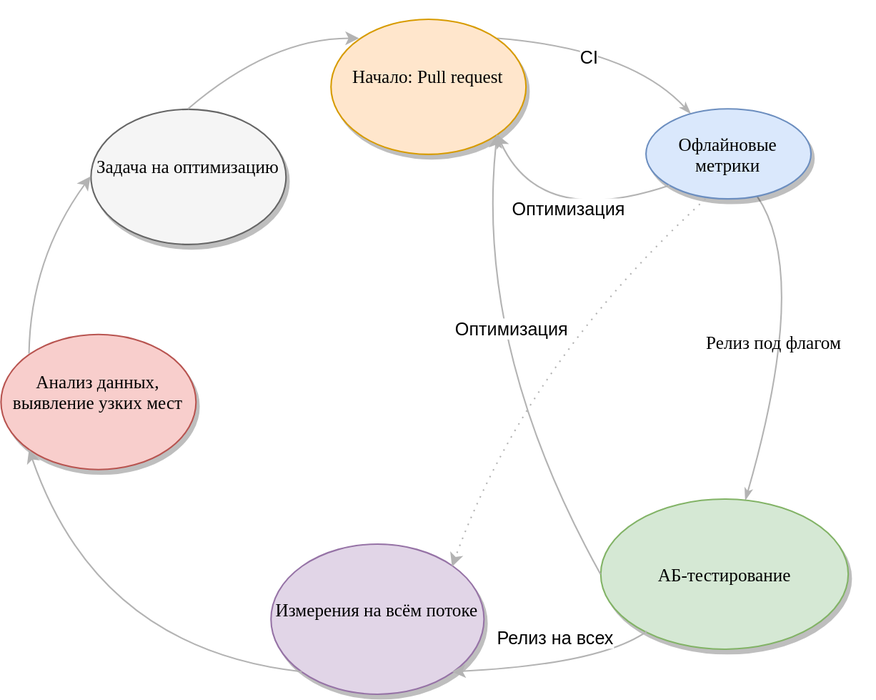
andre487/saturday-2017-11-velocity keeps this draw.io diagram as diagrams/velocity-cycle.svg. Above is the earlier version. Source tidied: cells renumbered, new cells last; positions are measured from the earlier drawing's top-left corner, leaving out a move shared by most shapes.
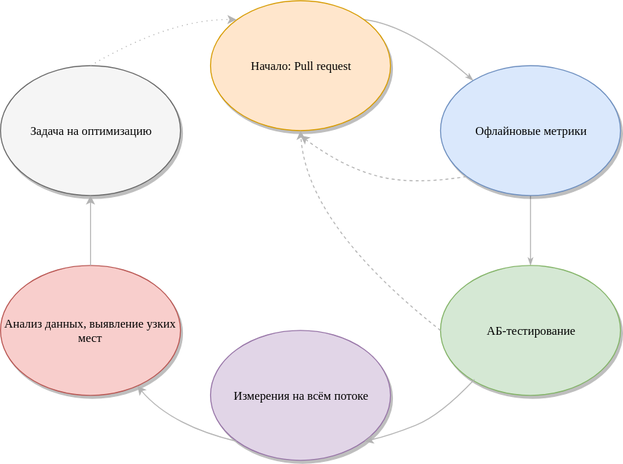
The same diagram one commit later.

What changed in the source:
```diff
@@ -1,4 +1,4 @@
-<mxGraphModel background="#ffffff">
+<mxGraphModel>
   <root>
     <mxCell id="0" />
     <mxCell id="1" parent="0" />
@@ -10,15 +10,10 @@
         <mxPoint x="-15" y="-3" as="offset" />
       </mxGeometry>
     </mxCell>
-    <mxCell id="3" value="CI" style="text;html=1;align=center;verticalAlign=middle;labelBackgroundColor=#ffffff;" parent="2" vertex="1">
-      <mxGeometry x="-0.16" y="-8" relative="1" as="geometry">
-        <mxPoint y="-1" as="offset" />
-      </mxGeometry>
-    </mxCell>
     <mxCell id="4" value="Начало: Pull request" style="ellipse;whiteSpace=wrap;html=1;rounded=0;shadow=1;comic=0;labelBackgroundColor=none;strokeColor=#d79b00;strokeWidth=1;fillColor=#ffe6cc;fontFamily=Verdana;fontSize=12;fontColor=#000000;align=center;" parent="1" vertex="1">
-      <mxGeometry x="220" width="130" height="90" as="geometry" />
+      <mxGeometry x="220" y="-5" width="180" height="130" as="geometry" />
     </mxCell>
-    <mxCell id="5" value="Релиз под флагом" style="edgeStyle=none;html=1;labelBackgroundColor=none;startArrow=none;startFill=0;startSize=5;endArrow=classicThin;endFill=1;endSize=5;jettySize=auto;strokeColor=#B3B3B3;strokeWidth=1;fontFamily=Verdana;fontSize=12;fontColor=#000000;curved=1;" parent="1" edge="1" source="6" target="7">
+    <mxCell id="5" style="edgeStyle=none;html=1;labelBackgroundColor=none;startArrow=none;startFill=0;startSize=5;endArrow=classicThin;endFill=1;endSize=5;jettySize=auto;strokeColor=#B3B3B3;strokeWidth=1;fontFamily=Verdana;fontSize=12;fontColor=#000000;curved=1;" parent="1" edge="1" source="6" target="7">
       <mxGeometry relative="1" as="geometry">
         <Array as="points">
           <mxPoint x="540" y="170" />
@@ -26,77 +21,60 @@
       </mxGeometry>
     </mxCell>
     <mxCell id="6" value="Офлайновые метрики" style="ellipse;whiteSpace=wrap;html=1;rounded=0;shadow=1;comic=0;labelBackgroundColor=none;strokeColor=#6c8ebf;strokeWidth=1;fillColor=#dae8fc;fontFamily=Verdana;fontSize=12;fontColor=#000000;align=center;" parent="1" vertex="1">
-      <mxGeometry x="430" y="60" width="110" height="60" as="geometry" />
+      <mxGeometry x="450" y="60" width="180" height="130" as="geometry" />
     </mxCell>
     <mxCell id="7" value="&lt;span&gt;АБ-тестирование&lt;/span&gt;" style="ellipse;whiteSpace=wrap;html=1;rounded=0;shadow=1;comic=0;labelBackgroundColor=none;strokeColor=#82b366;strokeWidth=1;fillColor=#d5e8d4;fontFamily=Verdana;fontSize=12;fontColor=#000000;align=center;" parent="1" vertex="1">
-      <mxGeometry x="400" y="320" width="165" height="100" as="geometry" />
+      <mxGeometry x="450" y="260" width="180" height="130" as="geometry" />
     </mxCell>
-    <mxCell id="8" value="&lt;span&gt;Измерения на всём потоке&lt;/span&gt;" style="ellipse;whiteSpace=wrap;html=1;rounded=0;shadow=1;comic=0;labelBackgroundColor=none;strokeColor=#9673a6;strokeWidth=1;fillColor=#e1d5e7;fontFamily=Verdana;fontSize=12;fontColor=#000000;align=center;" parent="1" vertex="1">
-      <mxGeometry x="180" y="350" width="142" height="100" as="geometry" />
+    <mxCell id="8" value="&lt;span&gt;Измерения на всём потоке&lt;/span&gt;" style="ellipse;whiteSpace=wrap;html=1;rounded=0;shadow=1;comic=0;labelBackgroundColor=none;strokeColor=#9673a6;strokeWidth=1;fillColor=#e1d5e7;fontFamily=Verdana;fontSize=12;fontColor=#000000;align=center;flipH=1;" parent="1" vertex="1">
+      <mxGeometry x="220" y="325" width="180" height="130" as="geometry" />
     </mxCell>
-    <mxCell id="9" style="endArrow=classic;html=1;exitX=0;exitY=1;entryX=1;entryY=1;curved=1;strokeColor=#B3B3B3;" parent="1" edge="1" source="6" target="4">
+    <mxCell id="9" style="endArrow=classic;html=1;exitX=0;exitY=1;curved=1;strokeColor=#B3B3B3;dashed=1;" parent="1" edge="1" source="6">
       <mxGeometry relative="1" as="geometry">
+        <mxPoint x="310" y="130" as="targetPoint" />
         <Array as="points">
-          <mxPoint x="360" y="140" />
+          <mxPoint x="420" y="180" />
+          <mxPoint x="350" y="160" />
         </Array>
       </mxGeometry>
     </mxCell>
-    <mxCell id="10" value="Оптимизация" style="text;html=1;align=center;verticalAlign=middle;labelBackgroundColor=#ffffff;" parent="9" vertex="1">
-      <mxGeometry x="0.2" y="-24" relative="1" as="geometry" />
-    </mxCell>
-    <mxCell id="11" style="endArrow=classic;html=1;exitX=0;exitY=0.5;entryX=1;entryY=1;curved=1;strokeColor=#B3B3B3;" parent="1" edge="1" source="7" target="4">
+    <mxCell id="11" style="endArrow=classic;html=1;exitX=0;exitY=0.5;entryX=0.5;entryY=1;curved=1;strokeColor=#B3B3B3;dashed=1;" parent="1" edge="1" source="7" target="4">
       <mxGeometry relative="1" as="geometry">
         <Array as="points">
           <mxPoint x="316" y="219" />
         </Array>
       </mxGeometry>
     </mxCell>
-    <mxCell id="12" value="Оптимизация" style="text;html=1;align=center;verticalAlign=middle;labelBackgroundColor=#ffffff;" parent="11" vertex="1">
-      <mxGeometry x="0.2" y="-24" relative="1" as="geometry" />
-    </mxCell>
     <mxCell id="13" style="endArrow=classic;html=1;strokeColor=#B3B3B3;exitX=0.188;exitY=0.88;exitPerimeter=0;entryX=1;entryY=1;curved=1;" parent="1" edge="1" source="7" target="8">
       <mxGeometry relative="1" as="geometry">
         <Array as="points">
+          <mxPoint x="450" y="410" />
           <mxPoint x="400" y="430" />
         </Array>
       </mxGeometry>
     </mxCell>
-    <mxCell id="14" value="Релиз на всех" style="text;html=1;align=center;verticalAlign=middle;labelBackgroundColor=#ffffff;" parent="13" vertex="1">
-      <mxGeometry x="-0.03" y="-20" relative="1" as="geometry" />
-    </mxCell>
     <mxCell id="15" value="Анализ данных, выявление узких мест" style="ellipse;whiteSpace=wrap;html=1;rounded=0;shadow=1;comic=0;labelBackgroundColor=none;strokeColor=#b85450;strokeWidth=1;fillColor=#f8cecc;fontFamily=Verdana;fontSize=12;fontColor=#000000;align=center;" parent="1" vertex="1">
-      <mxGeometry y="210" width="130" height="90" as="geometry" />
+      <mxGeometry x="10" y="260" width="180" height="130" as="geometry" />
     </mxCell>
     <mxCell id="16" value="Задача на оптимизацию" style="ellipse;whiteSpace=wrap;html=1;rounded=0;shadow=1;comic=0;labelBackgroundColor=none;strokeColor=#666666;strokeWidth=1;fillColor=#f5f5f5;fontFamily=Verdana;fontSize=12;fontColor=#000000;align=center;" parent="1" vertex="1">
-      <mxGeometry x="60" y="60" width="130" height="90" as="geometry" />
+      <mxGeometry x="10" y="60" width="180" height="130" as="geometry" />
     </mxCell>
-    <mxCell id="17" style="endArrow=classic;html=1;strokeColor=#B3B3B3;exitX=0;exitY=0;entryX=0;entryY=0.5;curved=1;" parent="1" edge="1" source="15" target="16">
-      <mxGeometry relative="1" as="geometry">
-        <Array as="points">
-          <mxPoint x="20" y="160" />
-        </Array>
-      </mxGeometry>
-    </mxCell>
+    <mxCell id="19" style="endArrow=classic;html=1;strokeColor=#B3B3B3;exitX=0.5;exitY=0;entryX=0;entryY=0;curved=1;dashed=1;dashPattern=1 4;" parent="1" edge="1" source="16" target="4">
+      <mxGeometry relative="1" as="geometry">
+        <Array as="points">
+          <mxPoint x="180" y="13" />
+        </Array>
+      </mxGeometry>
+    </mxCell>
+    <mxCell id="21" style="endArrow=none;startArrow=classic;html=1;strokeColor=#B3B3B3;entryX=0.5;entryY=0;exitX=0.5;exitY=1;startFill=1;endFill=0;" parent="1" edge="1" source="16" target="15">
+      <mxGeometry relative="1" as="geometry" />
+    </mxCell>
-    <mxCell id="18" style="endArrow=classic;html=1;strokeColor=#B3B3B3;exitX=0;exitY=1;entryX=0;entryY=1;curved=1;" parent="1" edge="1" source="8" target="15">
+    <mxCell id="18" style="endArrow=classic;html=1;strokeColor=#B3B3B3;exitX=0;exitY=1;curved=1;" parent="1" edge="1" source="8" target="15">
       <mxGeometry relative="1" as="geometry">
         <Array as="points">
-          <mxPoint x="65" y="420" />
+          <mxPoint x="180" y="420" />
         </Array>
       </mxGeometry>
     </mxCell>
-    <mxCell id="19" style="endArrow=classic;html=1;strokeColor=#B3B3B3;exitX=0.5;exitY=0;entryX=0;entryY=0;curved=1;" parent="1" edge="1" source="16" target="4">
-      <mxGeometry relative="1" as="geometry">
-        <Array as="points">
-          <mxPoint x="180" y="13" />
-        </Array>
-      </mxGeometry>
-    </mxCell>
-    <mxCell id="20" style="endArrow=classic;html=1;strokeColor=#B3B3B3;exitX=0.364;exitY=1;exitPerimeter=0;entryX=1;entryY=0;curved=1;dashed=1;dashPattern=1 4;" parent="1" edge="1" source="6" target="8">
-      <mxGeometry relative="1" as="geometry">
-        <Array as="points">
-          <mxPoint x="350" y="230" />
-        </Array>
-      </mxGeometry>
-    </mxCell>
   </root>
 </mxGraphModel>
```
